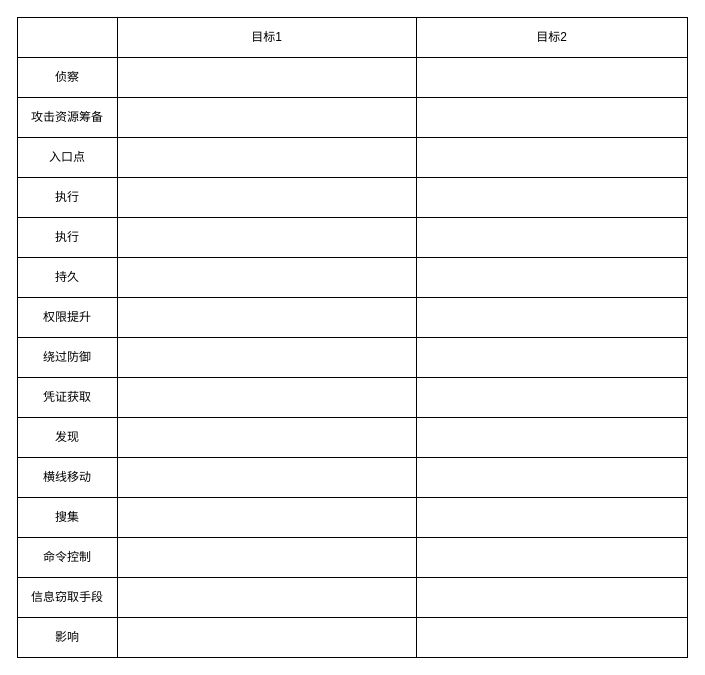
Niujieheng/GitHub_Jul keeps this draw.io diagram as 测试图.drawio. Above is the earlier version. Source tidied: cells renumbered, new cells numbered last; positions are measured from the earlier drawing's top-left corner, leaving out a move shared by most shapes. Both pictures are drawn from the tidied source at 100%, with x=0, y=0 at pixel (17, 17).
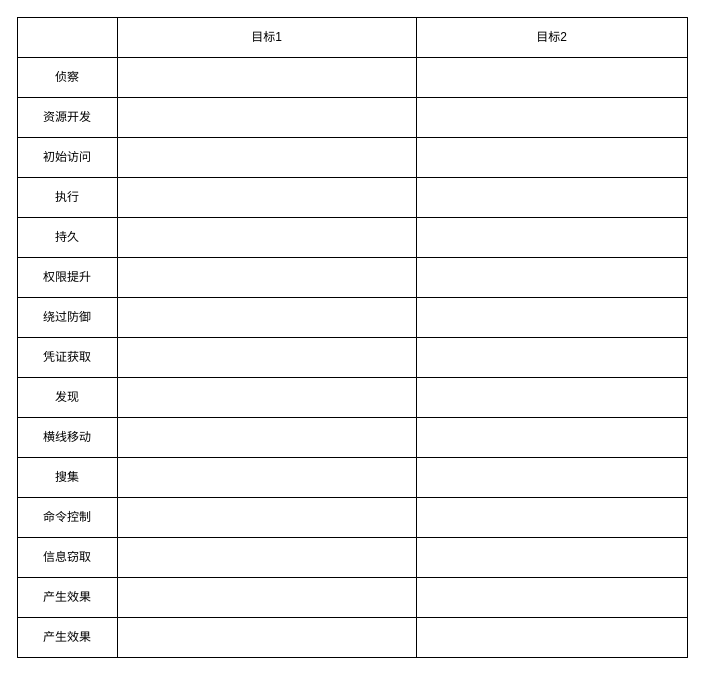
The same diagram, later.

Commit message (it also covers changes not shown here):
更新测试图.drawio

The change refers to these unchanged cells:
```xml
<mxCell id="12" style="shape=tableRow;horizontal=0;startSize=0;swimlaneHead=0;swimlaneBody=0;strokeColor=inherit;top=0;left=0;bottom=0;right=0;fillColor=none;" parent="3" vertex="1">
  <mxGeometry y="80" width="670" height="40" as="geometry" />
</mxCell>
<mxCell id="16" style="shape=tableRow;horizontal=0;startSize=0;swimlaneHead=0;swimlaneBody=0;strokeColor=inherit;top=0;left=0;bottom=0;right=0;fillColor=none;" parent="3" vertex="1">
  <mxGeometry y="120" width="670" height="40" as="geometry" />
</mxCell>
<mxCell id="24" style="shape=tableRow;horizontal=0;startSize=0;swimlaneHead=0;swimlaneBody=0;strokeColor=inherit;top=0;left=0;bottom=0;right=0;fillColor=none;" parent="3" vertex="1">
  <mxGeometry y="200" width="670" height="40" as="geometry" />
</mxCell>
<mxCell id="28" style="shape=tableRow;horizontal=0;startSize=0;swimlaneHead=0;swimlaneBody=0;strokeColor=inherit;top=0;left=0;bottom=0;right=0;fillColor=none;" parent="3" vertex="1">
  <mxGeometry y="240" width="670" height="40" as="geometry" />
</mxCell>
<mxCell id="32" style="shape=tableRow;horizontal=0;startSize=0;swimlaneHead=0;swimlaneBody=0;strokeColor=inherit;top=0;left=0;bottom=0;right=0;fillColor=none;" parent="3" vertex="1">
  <mxGeometry y="280" width="670" height="40" as="geometry" />
</mxCell>
<mxCell id="36" style="shape=tableRow;horizontal=0;startSize=0;swimlaneHead=0;swimlaneBody=0;strokeColor=inherit;top=0;left=0;bottom=0;right=0;fillColor=none;" parent="3" vertex="1">
  <mxGeometry y="320" width="670" height="40" as="geometry" />
</mxCell>
<mxCell id="40" style="shape=tableRow;horizontal=0;startSize=0;swimlaneHead=0;swimlaneBody=0;strokeColor=inherit;top=0;left=0;bottom=0;right=0;fillColor=none;" parent="3" vertex="1">
  <mxGeometry y="360" width="670" height="40" as="geometry" />
</mxCell>
<mxCell id="44" style="shape=tableRow;horizontal=0;startSize=0;swimlaneHead=0;swimlaneBody=0;strokeColor=inherit;top=0;left=0;bottom=0;right=0;fillColor=none;" parent="3" vertex="1">
  <mxGeometry y="400" width="670" height="40" as="geometry" />
</mxCell>
<mxCell id="48" style="shape=tableRow;horizontal=0;startSize=0;swimlaneHead=0;swimlaneBody=0;strokeColor=inherit;top=0;left=0;bottom=0;right=0;fillColor=none;" parent="3" vertex="1">
  <mxGeometry y="440" width="670" height="40" as="geometry" />
</mxCell>
<mxCell id="52" style="shape=tableRow;horizontal=0;startSize=0;swimlaneHead=0;swimlaneBody=0;strokeColor=inherit;top=0;left=0;bottom=0;right=0;fillColor=none;" parent="3" vertex="1">
  <mxGeometry y="480" width="670" height="40" as="geometry" />
</mxCell>
<mxCell id="56" style="shape=tableRow;horizontal=0;startSize=0;swimlaneHead=0;swimlaneBody=0;strokeColor=inherit;top=0;left=0;bottom=0;right=0;fillColor=none;" parent="3" vertex="1">
  <mxGeometry y="520" width="670" height="40" as="geometry" />
</mxCell>
<mxCell id="60" style="shape=tableRow;horizontal=0;startSize=0;swimlaneHead=0;swimlaneBody=0;strokeColor=inherit;top=0;left=0;bottom=0;right=0;fillColor=none;" parent="3" vertex="1">
  <mxGeometry y="560" width="670" height="40" as="geometry" />
</mxCell>
<mxCell id="64" style="shape=tableRow;horizontal=0;startSize=0;swimlaneHead=0;swimlaneBody=0;strokeColor=inherit;top=0;left=0;bottom=0;right=0;fillColor=none;" parent="3" vertex="1">
  <mxGeometry y="600" width="670" height="40" as="geometry" />
</mxCell>
```

What changed in the source:
```diff
@@
-    <mxCell id="13" value="攻击资源筹备" style="shape=partialRectangle;html=1;whiteSpace=wrap;strokeColor=inherit;overflow=hidden;fillColor=none;top=0;left=0;bottom=0;right=0;" parent="12" vertex="1">
+    <mxCell id="13" value="资源开发" style="shape=partialRectangle;html=1;whiteSpace=wrap;strokeColor=inherit;overflow=hidden;fillColor=none;top=0;left=0;bottom=0;right=0;" parent="12" vertex="1">
       <mxGeometry width="100" height="40" as="geometry" />
     </mxCell>
@@
-    <mxCell id="17" value="入口点" style="shape=partialRectangle;html=1;whiteSpace=wrap;strokeColor=inherit;overflow=hidden;fillColor=none;top=0;left=0;bottom=0;right=0;" parent="16" vertex="1">
+    <mxCell id="17" value="初始访问" style="shape=partialRectangle;html=1;whiteSpace=wrap;strokeColor=inherit;overflow=hidden;fillColor=none;top=0;left=0;bottom=0;right=0;" parent="16" vertex="1">
       <mxGeometry width="100" height="40" as="geometry" />
     </mxCell>
@@
-    <mxCell id="25" value="执行" style="shape=partialRectangle;html=1;whiteSpace=wrap;strokeColor=inherit;overflow=hidden;fillColor=none;top=0;left=0;bottom=0;right=0;" parent="24" vertex="1">
+    <mxCell id="25" value="持久" style="shape=partialRectangle;html=1;whiteSpace=wrap;strokeColor=inherit;overflow=hidden;fillColor=none;top=0;left=0;bottom=0;right=0;" parent="24" vertex="1">
       <mxGeometry width="100" height="40" as="geometry" />
     </mxCell>
@@
-    <mxCell id="29" value="持久" style="shape=partialRectangle;html=1;whiteSpace=wrap;strokeColor=inherit;overflow=hidden;fillColor=none;top=0;left=0;bottom=0;right=0;" parent="28" vertex="1">
+    <mxCell id="29" value="权限提升" style="shape=partialRectangle;html=1;whiteSpace=wrap;strokeColor=inherit;overflow=hidden;fillColor=none;top=0;left=0;bottom=0;right=0;" parent="28" vertex="1">
       <mxGeometry width="100" height="40" as="geometry" />
     </mxCell>
@@
-    <mxCell id="33" value="权限提升" style="shape=partialRectangle;html=1;whiteSpace=wrap;strokeColor=inherit;overflow=hidden;fillColor=none;top=0;left=0;bottom=0;right=0;" parent="32" vertex="1">
+    <mxCell id="33" value="绕过防御" style="shape=partialRectangle;html=1;whiteSpace=wrap;strokeColor=inherit;overflow=hidden;fillColor=none;top=0;left=0;bottom=0;right=0;" parent="32" vertex="1">
       <mxGeometry width="100" height="40" as="geometry" />
     </mxCell>
@@
-    <mxCell id="37" value="绕过防御" style="shape=partialRectangle;html=1;whiteSpace=wrap;strokeColor=inherit;overflow=hidden;fillColor=none;top=0;left=0;bottom=0;right=0;" parent="36" vertex="1">
+    <mxCell id="37" value="凭证获取" style="shape=partialRectangle;html=1;whiteSpace=wrap;strokeColor=inherit;overflow=hidden;fillColor=none;top=0;left=0;bottom=0;right=0;" parent="36" vertex="1">
       <mxGeometry width="100" height="40" as="geometry" />
     </mxCell>
@@
-    <mxCell id="41" value="凭证获取" style="shape=partialRectangle;html=1;whiteSpace=wrap;strokeColor=inherit;overflow=hidden;fillColor=none;top=0;left=0;bottom=0;right=0;" parent="40" vertex="1">
+    <mxCell id="41" value="发现" style="shape=partialRectangle;html=1;whiteSpace=wrap;strokeColor=inherit;overflow=hidden;fillColor=none;top=0;left=0;bottom=0;right=0;" parent="40" vertex="1">
       <mxGeometry width="100" height="40" as="geometry" />
     </mxCell>
@@
-    <mxCell id="45" value="发现" style="shape=partialRectangle;html=1;whiteSpace=wrap;strokeColor=inherit;overflow=hidden;fillColor=none;top=0;left=0;bottom=0;right=0;" parent="44" vertex="1">
+    <mxCell id="45" value="横线移动" style="shape=partialRectangle;html=1;whiteSpace=wrap;strokeColor=inherit;overflow=hidden;fillColor=none;top=0;left=0;bottom=0;right=0;" parent="44" vertex="1">
       <mxGeometry width="100" height="40" as="geometry" />
     </mxCell>
@@
-    <mxCell id="49" value="横线移动" style="shape=partialRectangle;html=1;whiteSpace=wrap;strokeColor=inherit;overflow=hidden;fillColor=none;top=0;left=0;bottom=0;right=0;" parent="48" vertex="1">
+    <mxCell id="49" value="搜集" style="shape=partialRectangle;html=1;whiteSpace=wrap;strokeColor=inherit;overflow=hidden;fillColor=none;top=0;left=0;bottom=0;right=0;" parent="48" vertex="1">
       <mxGeometry width="100" height="40" as="geometry" />
     </mxCell>
@@
-    <mxCell id="53" value="搜集" style="shape=partialRectangle;html=1;whiteSpace=wrap;strokeColor=inherit;overflow=hidden;fillColor=none;top=0;left=0;bottom=0;right=0;" parent="52" vertex="1">
+    <mxCell id="53" value="命令控制" style="shape=partialRectangle;html=1;whiteSpace=wrap;strokeColor=inherit;overflow=hidden;fillColor=none;top=0;left=0;bottom=0;right=0;" parent="52" vertex="1">
       <mxGeometry width="100" height="40" as="geometry" />
     </mxCell>
@@
-    <mxCell id="57" value="命令控制" style="shape=partialRectangle;html=1;whiteSpace=wrap;strokeColor=inherit;overflow=hidden;fillColor=none;top=0;left=0;bottom=0;right=0;" parent="56" vertex="1">
+    <mxCell id="57" value="信息窃取" style="shape=partialRectangle;html=1;whiteSpace=wrap;strokeColor=inherit;overflow=hidden;fillColor=none;top=0;left=0;bottom=0;right=0;" parent="56" vertex="1">
       <mxGeometry width="100" height="40" as="geometry" />
     </mxCell>
@@
-    <mxCell id="61" value="信息窃取手段" style="shape=partialRectangle;html=1;whiteSpace=wrap;strokeColor=inherit;overflow=hidden;fillColor=none;top=0;left=0;bottom=0;right=0;" parent="60" vertex="1">
+    <mxCell id="61" value="产生效果" style="shape=partialRectangle;html=1;whiteSpace=wrap;strokeColor=inherit;overflow=hidden;fillColor=none;top=0;left=0;bottom=0;right=0;" parent="60" vertex="1">
       <mxGeometry width="100" height="40" as="geometry" />
     </mxCell>
@@
-    <mxCell id="65" value="影响" style="shape=partialRectangle;html=1;whiteSpace=wrap;strokeColor=inherit;overflow=hidden;fillColor=none;top=0;left=0;bottom=0;right=0;" parent="64" vertex="1">
+    <mxCell id="65" value="产生效果" style="shape=partialRectangle;html=1;whiteSpace=wrap;strokeColor=inherit;overflow=hidden;fillColor=none;top=0;left=0;bottom=0;right=0;" parent="64" vertex="1">
       <mxGeometry width="100" height="40" as="geometry" />
     </mxCell>
```
